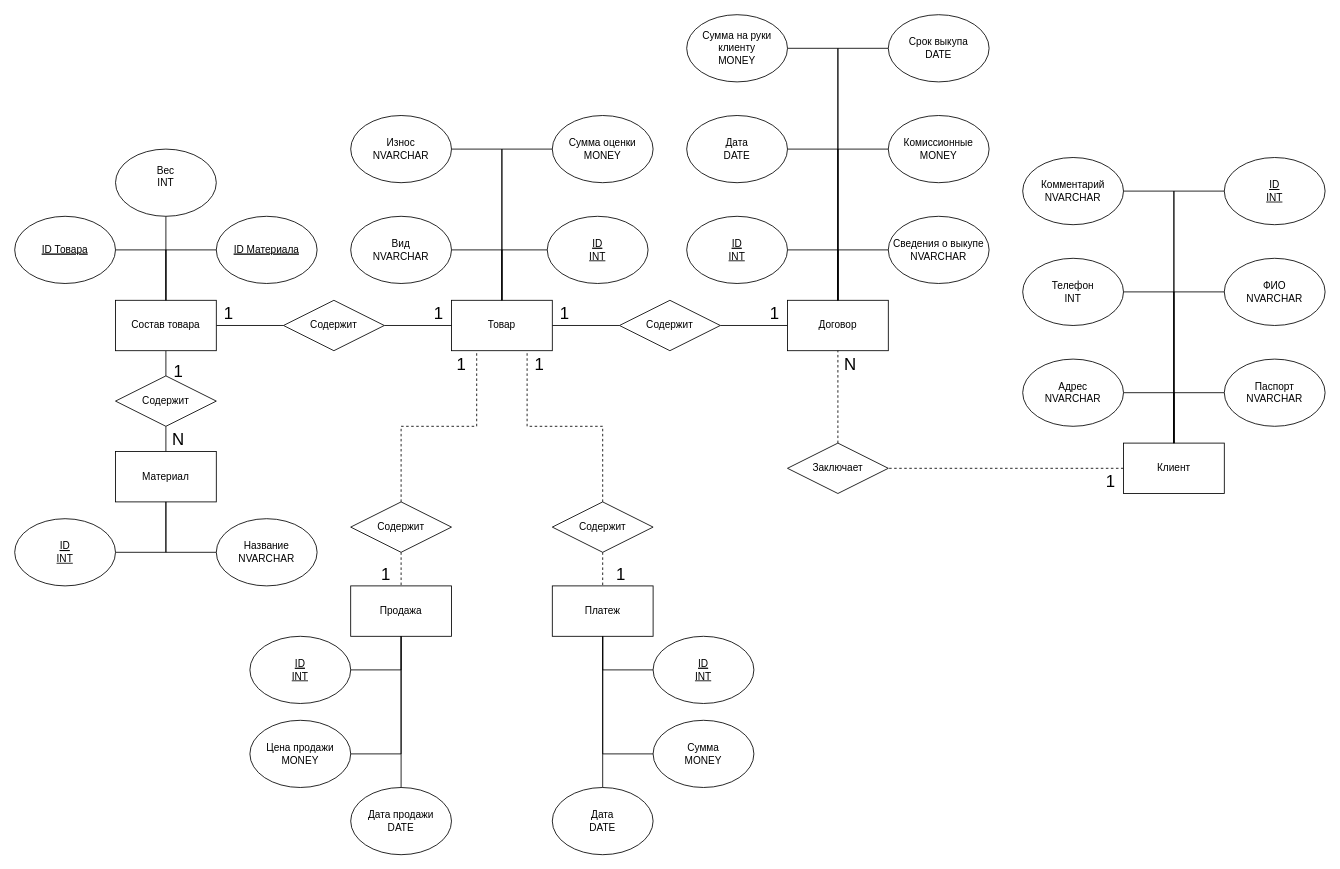
Above: Лабораторная работа 1/Ломбард ER модель .drawio in STIRLICO/DateBase (draw.io), before the change. Source tidied: cells renumbered, new cells numbered last; positions are measured from the earlier drawing's top-left corner, leaving out a move shared by most shapes. Both pictures are drawn from the tidied source at 84%, with x=0, y=0 at pixel (14, 14).
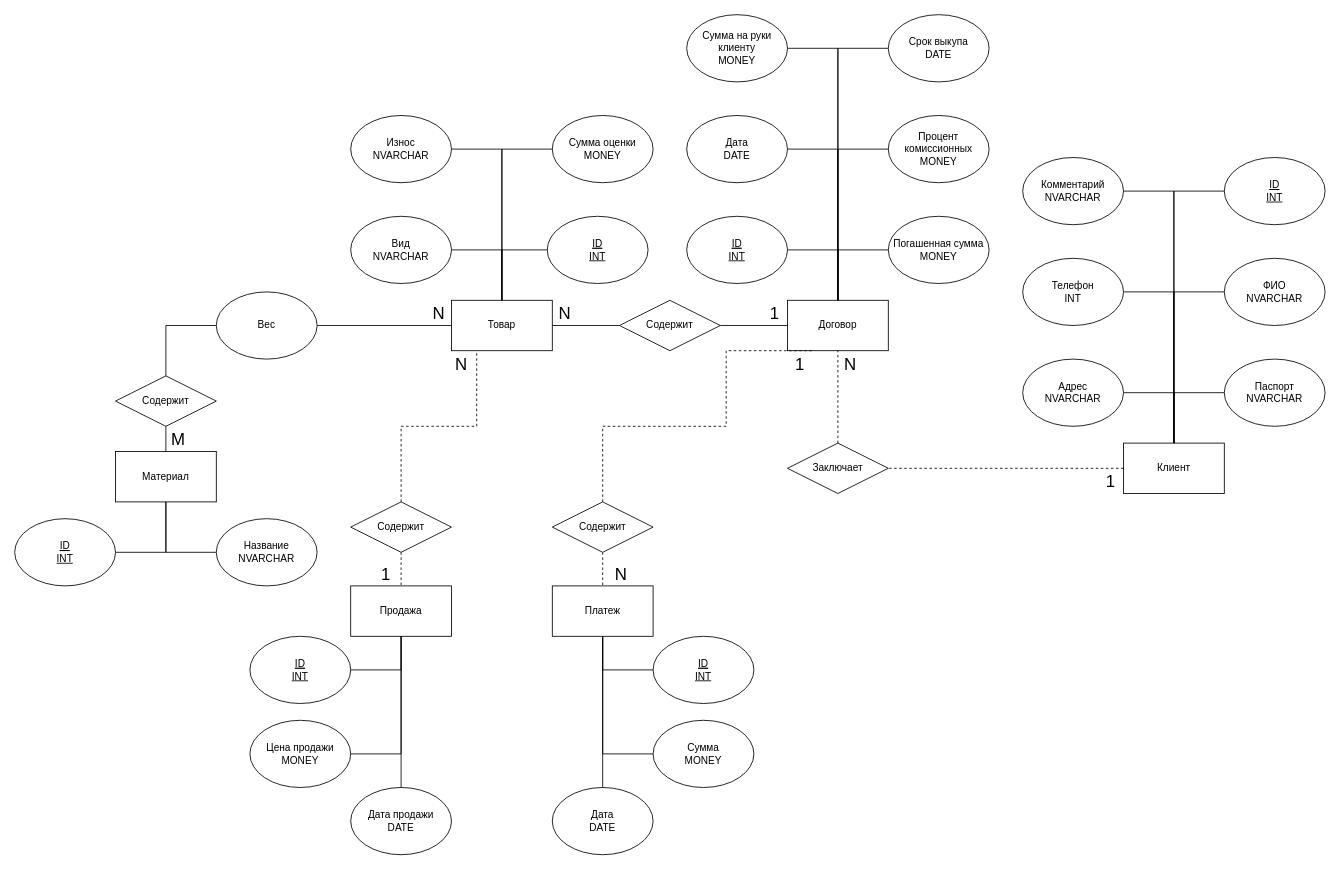
After the change.

The change refers to these unchanged cells:
```xml
<mxCell id="5" value="Товар" style="rounded=0;whiteSpace=wrap;html=1;" parent="1" vertex="1">
  <mxGeometry x="520" y="340" width="120" height="60" as="geometry" />
</mxCell>
<mxCell id="7" value="Договор" style="rounded=0;whiteSpace=wrap;html=1;" parent="1" vertex="1">
  <mxGeometry x="920" y="340" width="120" height="60" as="geometry" />
</mxCell>
<mxCell id="80" value="&lt;div&gt;Содержит&lt;/div&gt;" style="rhombus;whiteSpace=wrap;html=1;shapeInside=1;" parent="1" vertex="1">
  <mxGeometry x="120" y="430" width="120" height="60" as="geometry" />
</mxCell>
<mxCell id="85" value="Содержит" style="rhombus;whiteSpace=wrap;html=1;shapeInside=1;" parent="1" vertex="1">
  <mxGeometry x="640" y="580" width="120" height="60" as="geometry" />
</mxCell>
```

Change to the diagram source:
```diff
@@
-    <mxCell id="22" style="edgeStyle=orthogonalEdgeStyle;rounded=0;jettySize=auto;html=1;exitX=1;exitY=0.5;exitDx=0;exitDy=0;entryX=0;entryY=0.5;entryDx=0;entryDy=0;endArrow=none;endFill=0;" parent="1" edge="1" source="24" target="77">
-      <mxGeometry relative="1" as="geometry" />
-    </mxCell>
-    <mxCell id="23" style="edgeStyle=orthogonalEdgeStyle;rounded=0;jettySize=auto;html=1;exitX=0.5;exitY=1;exitDx=0;exitDy=0;entryX=0.5;entryY=0;entryDx=0;entryDy=0;endArrow=none;endFill=0;" parent="1" edge="1" source="24" target="80">
-      <mxGeometry relative="1" as="geometry" />
-    </mxCell>
-    <mxCell id="24" value="Состав товара" style="rounded=0;whiteSpace=wrap;html=1;" parent="1" vertex="1">
-      <mxGeometry x="120" y="340" width="120" height="60" as="geometry" />
-    </mxCell>
@@
-    <mxCell id="43" style="edgeStyle=orthogonalEdgeStyle;rounded=0;jettySize=auto;html=1;exitX=0.5;exitY=1;exitDx=0;exitDy=0;entryX=0.5;entryY=0;entryDx=0;entryDy=0;endArrow=none;endFill=0;" parent="1" edge="1" source="44" target="24">
-      <mxGeometry relative="1" as="geometry" />
-    </mxCell>
-    <mxCell id="44" value="Вес&lt;br&gt;INT&lt;div&gt;&lt;br/&gt;&lt;/div&gt;" style="ellipse;whiteSpace=wrap;html=1;shapeInside=1;" parent="1" vertex="1">
-      <mxGeometry x="120" y="160" width="120" height="80" as="geometry" />
-    </mxCell>
@@
-    <mxCell id="47" style="edgeStyle=orthogonalEdgeStyle;rounded=0;jettySize=auto;html=1;exitX=1;exitY=0.5;exitDx=0;exitDy=0;entryX=0.5;entryY=0;entryDx=0;entryDy=0;endArrow=none;endFill=0;" parent="1" edge="1" source="48" target="24">
-      <mxGeometry relative="1" as="geometry" />
-    </mxCell>
-    <mxCell id="48" value="&lt;u&gt;ID Товара&lt;/u&gt;" style="ellipse;whiteSpace=wrap;html=1;shapeInside=1;align=center;fontStyle=4;" parent="1" vertex="1">
-      <mxGeometry y="240" width="120" height="80" as="geometry" />
-    </mxCell>
-    <mxCell id="49" style="edgeStyle=orthogonalEdgeStyle;rounded=0;jettySize=auto;html=1;exitX=0;exitY=0.5;exitDx=0;exitDy=0;entryX=0.5;entryY=0;entryDx=0;entryDy=0;endArrow=none;endFill=0;" parent="1" edge="1" source="50" target="24">
-      <mxGeometry relative="1" as="geometry" />
-    </mxCell>
-    <mxCell id="50" value="&lt;u&gt;ID Материала&lt;/u&gt;" style="ellipse;whiteSpace=wrap;html=1;shapeInside=1;align=center;fontStyle=4;" parent="1" vertex="1">
-      <mxGeometry x="240" y="240" width="120" height="80" as="geometry" />
-    </mxCell>
@@
-    <mxCell id="58" value="Комиссионные&lt;br&gt;MONEY" style="ellipse;whiteSpace=wrap;html=1;shapeInside=1;" parent="1" vertex="1">
+    <mxCell id="58" value="Процент комиссионных&lt;br&gt;MONEY" style="ellipse;whiteSpace=wrap;html=1;shapeInside=1;" parent="1" vertex="1">
       <mxGeometry x="1040" y="120" width="120" height="80" as="geometry" />
     </mxCell>
@@
-    <mxCell id="60" value="Сведения о выкупе&lt;br&gt;NVARCHAR" style="ellipse;whiteSpace=wrap;html=1;shapeInside=1;" parent="1" vertex="1">
+    <mxCell id="60" value="Погашенная сумма&lt;br&gt;MONEY" style="ellipse;whiteSpace=wrap;html=1;shapeInside=1;" parent="1" vertex="1">
       <mxGeometry x="1040" y="240" width="120" height="80" as="geometry" />
     </mxCell>
@@
-    <mxCell id="74" value="&lt;font style=&quot;font-size: 20px;&quot;&gt;1&lt;/font&gt;" style="text;html=1;whiteSpace=wrap;strokeColor=none;fillColor=none;align=center;verticalAlign=middle;rounded=0;" parent="1" vertex="1">
+    <mxCell id="74" value="&lt;span style=&quot;font-size: 20px;&quot;&gt;N&lt;/span&gt;" style="text;html=1;whiteSpace=wrap;strokeColor=none;fillColor=none;align=center;verticalAlign=middle;rounded=0;" parent="1" vertex="1">
       <mxGeometry x="640" y="340" width="30" height="30" as="geometry" />
     </mxCell>
@@
-    <mxCell id="76" style="edgeStyle=orthogonalEdgeStyle;rounded=0;jettySize=auto;html=1;exitX=1;exitY=0.5;exitDx=0;exitDy=0;entryX=0;entryY=0.5;entryDx=0;entryDy=0;endArrow=none;endFill=0;" parent="1" edge="1" source="77" target="5">
+    <mxCell id="76" style="edgeStyle=orthogonalEdgeStyle;rounded=0;jettySize=auto;html=1;entryX=0;entryY=0.5;entryDx=0;entryDy=0;endArrow=none;endFill=0;exitX=1;exitY=0.5;exitDx=0;exitDy=0;" parent="1" edge="1" source="94" target="5">
       <mxGeometry relative="1" as="geometry" />
     </mxCell>
-    <mxCell id="77" value="&lt;div&gt;Содержит&lt;/div&gt;" style="rhombus;whiteSpace=wrap;html=1;shapeInside=1;" parent="1" vertex="1">
-      <mxGeometry x="320" y="340" width="120" height="60" as="geometry" />
-    </mxCell>
-    <mxCell id="78" value="&lt;font style=&quot;font-size: 20px;&quot;&gt;1&lt;/font&gt;" style="text;html=1;whiteSpace=wrap;strokeColor=none;fillColor=none;align=center;verticalAlign=middle;rounded=0;" parent="1" vertex="1">
+    <mxCell id="78" value="&lt;span style=&quot;font-size: 20px;&quot;&gt;N&lt;/span&gt;" style="text;html=1;whiteSpace=wrap;strokeColor=none;fillColor=none;align=center;verticalAlign=middle;rounded=0;" parent="1" vertex="1">
       <mxGeometry x="490" y="340" width="30" height="30" as="geometry" />
     </mxCell>
-    <mxCell id="79" value="&lt;font style=&quot;font-size: 20px;&quot;&gt;1&lt;/font&gt;" style="text;html=1;whiteSpace=wrap;strokeColor=none;fillColor=none;align=center;verticalAlign=middle;rounded=0;" parent="1" vertex="1">
-      <mxGeometry x="240" y="340" width="30" height="30" as="geometry" />
-    </mxCell>
@@
-    <mxCell id="81" value="&lt;font style=&quot;font-size: 20px;&quot;&gt;N&lt;/font&gt;" style="text;html=1;whiteSpace=wrap;strokeColor=none;fillColor=none;align=center;verticalAlign=middle;rounded=0;" parent="1" vertex="1">
+    <mxCell id="81" value="&lt;font style=&quot;font-size: 20px;&quot;&gt;M&lt;/font&gt;" style="text;html=1;whiteSpace=wrap;strokeColor=none;fillColor=none;align=center;verticalAlign=middle;rounded=0;" parent="1" vertex="1">
       <mxGeometry x="180" y="490" width="30" height="30" as="geometry" />
     </mxCell>
-    <mxCell id="82" value="&lt;font style=&quot;font-size: 20px;&quot;&gt;1&lt;/font&gt;" style="text;html=1;whiteSpace=wrap;strokeColor=none;fillColor=none;align=center;verticalAlign=middle;rounded=0;" parent="1" vertex="1">
-      <mxGeometry x="180" y="409" width="30" height="30" as="geometry" />
-    </mxCell>
@@
-    <mxCell id="84" style="edgeStyle=orthogonalEdgeStyle;rounded=0;jettySize=auto;html=1;exitX=0.5;exitY=0;exitDx=0;exitDy=0;entryX=0.75;entryY=1;entryDx=0;entryDy=0;dashed=1;endArrow=none;endFill=0;" parent="1" edge="1" source="85" target="5">
-      <mxGeometry relative="1" as="geometry" />
+    <mxCell id="84" style="edgeStyle=orthogonalEdgeStyle;rounded=0;jettySize=auto;html=1;exitX=0.5;exitY=0;exitDx=0;exitDy=0;entryX=0.25;entryY=1;entryDx=0;entryDy=0;dashed=1;endArrow=none;endFill=0;" parent="1" edge="1" source="85" target="7">
+      <mxGeometry relative="1" as="geometry">
+        <Array as="points">
+          <mxPoint x="700" y="490" />
+          <mxPoint x="847" y="490" />
+          <mxPoint x="847" y="400" />
+        </Array>
+      </mxGeometry>
     </mxCell>
@@
-    <mxCell id="89" value="&lt;font style=&quot;font-size: 20px;&quot;&gt;1&lt;/font&gt;" style="text;html=1;whiteSpace=wrap;strokeColor=none;fillColor=none;align=center;verticalAlign=middle;rounded=0;" parent="1" vertex="1">
+    <mxCell id="89" value="&lt;span style=&quot;font-size: 20px;&quot;&gt;N&lt;/span&gt;" style="text;html=1;whiteSpace=wrap;strokeColor=none;fillColor=none;align=center;verticalAlign=middle;rounded=0;" parent="1" vertex="1">
       <mxGeometry x="707" y="650" width="30" height="30" as="geometry" />
     </mxCell>
-    <mxCell id="90" value="&lt;font style=&quot;font-size: 20px;&quot;&gt;1&lt;/font&gt;" style="text;html=1;whiteSpace=wrap;strokeColor=none;fillColor=none;align=center;verticalAlign=middle;rounded=0;" parent="1" vertex="1">
+    <mxCell id="90" value="&lt;span style=&quot;font-size: 20px;&quot;&gt;1&lt;/span&gt;" style="text;html=1;whiteSpace=wrap;strokeColor=none;fillColor=none;align=center;verticalAlign=middle;rounded=0;" parent="1" vertex="1">
       <mxGeometry x="427" y="650" width="30" height="30" as="geometry" />
     </mxCell>
-    <mxCell id="91" value="&lt;font style=&quot;font-size: 20px;&quot;&gt;1&lt;/font&gt;" style="text;html=1;whiteSpace=wrap;strokeColor=none;fillColor=none;align=center;verticalAlign=middle;rounded=0;" parent="1" vertex="1">
+    <mxCell id="91" value="&lt;span style=&quot;font-size: 20px;&quot;&gt;N&lt;/span&gt;" style="text;html=1;whiteSpace=wrap;strokeColor=none;fillColor=none;align=center;verticalAlign=middle;rounded=0;" parent="1" vertex="1">
       <mxGeometry x="517" y="401" width="30" height="30" as="geometry" />
     </mxCell>
     <mxCell id="92" value="&lt;font style=&quot;font-size: 20px;&quot;&gt;1&lt;/font&gt;" style="text;html=1;whiteSpace=wrap;strokeColor=none;fillColor=none;align=center;verticalAlign=middle;rounded=0;" parent="1" vertex="1">
-      <mxGeometry x="610" y="401" width="30" height="30" as="geometry" />
+      <mxGeometry x="920" y="400" width="30" height="30" as="geometry" />
     </mxCell>
+    <mxCell id="93" style="edgeStyle=orthogonalEdgeStyle;rounded=0;jettySize=auto;html=1;entryX=0;entryY=0.5;entryDx=0;entryDy=0;endArrow=none;endFill=0;exitX=0.5;exitY=0;exitDx=0;exitDy=0;" parent="1" edge="1" source="80" target="94">
+      <mxGeometry relative="1" as="geometry" />
+    </mxCell>
+    <mxCell id="94" value="Вес" style="ellipse;whiteSpace=wrap;html=1;shapeInside=1;" parent="1" vertex="1">
+      <mxGeometry x="240" y="330" width="120" height="80" as="geometry" />
+    </mxCell>
```
